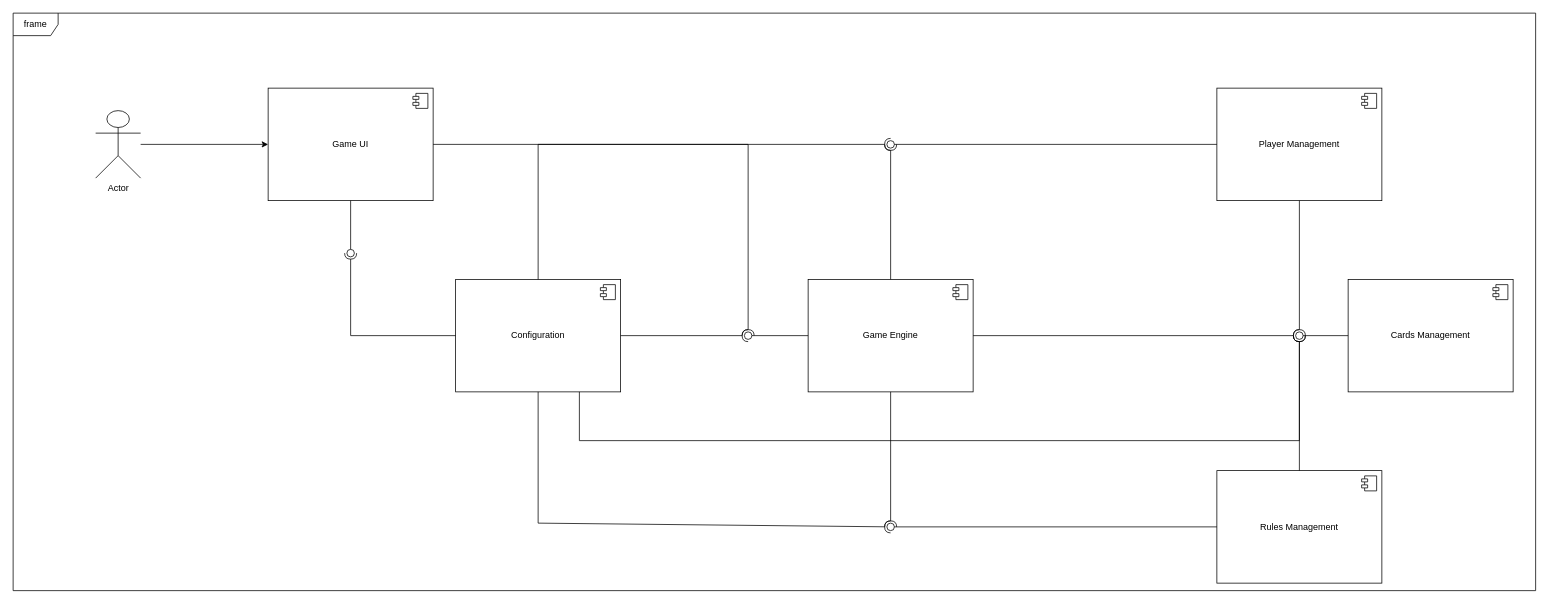
Earlier version of the draw.io diagram Component.drawio (georgeslight/mau-mau). Source tidied: cells renumbered, new cells numbered last; positions are measured from the earlier drawing's top-left corner, leaving out a move shared by most shapes. Both pictures are drawn from the tidied source at 75%, with x=0, y=0 at pixel (13, 13).
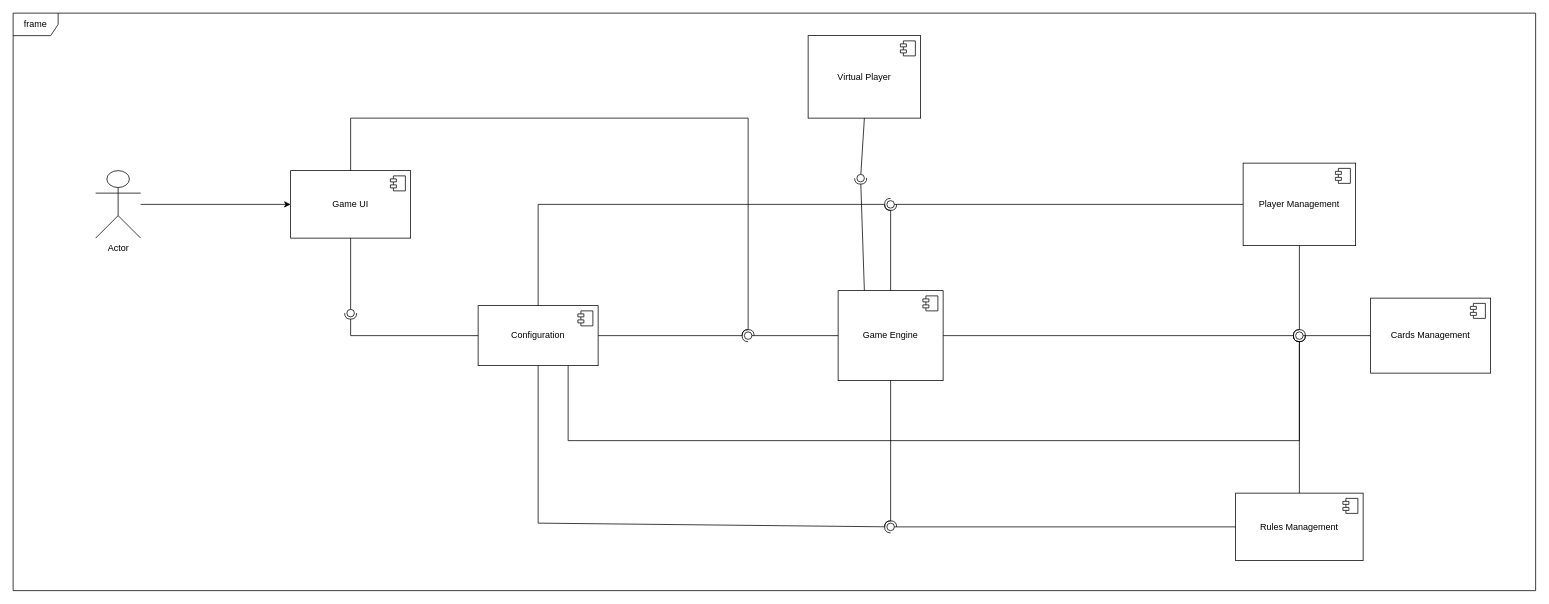
Above is the later version.

Unchanged cells that the change refers to:
```xml
<mxCell id="22" style="ellipse;whiteSpace=wrap;html=1;align=center;fillColor=none;strokeColor=none;perimeter=centerPerimeter;points=[];outlineConnect=1;" parent="1" vertex="1">
  <mxGeometry x="1710" y="425" width="10" height="10" as="geometry" />
</mxCell>
```

Diff of the diagram source:
```diff
@@
     <mxCell id="2" value="Game Engine" style="html=1;whiteSpace=wrap;" parent="1" vertex="1">
-      <mxGeometry x="1060" y="355" width="220" height="150" as="geometry" />
+      <mxGeometry x="1100" y="370" width="140" height="120" as="geometry" />
     </mxCell>
@@
     <mxCell id="5" value="Player Management" style="html=1;whiteSpace=wrap;" parent="1" vertex="1">
-      <mxGeometry x="1605" y="100" width="220" height="150" as="geometry" />
+      <mxGeometry x="1640" y="200" width="150" height="110" as="geometry" />
     </mxCell>
@@
     <mxCell id="7" value="Cards Management" style="html=1;whiteSpace=wrap;" parent="1" vertex="1">
-      <mxGeometry x="1780" y="355" width="220" height="150" as="geometry" />
+      <mxGeometry x="1810" y="380" width="160" height="100" as="geometry" />
     </mxCell>
@@
     <mxCell id="9" value="Rules Management" style="html=1;whiteSpace=wrap;" parent="1" vertex="1">
-      <mxGeometry x="1605" y="610" width="220" height="150" as="geometry" />
+      <mxGeometry x="1630" y="640" width="170" height="90" as="geometry" />
     </mxCell>
@@
     <mxCell id="17" style="ellipse;whiteSpace=wrap;html=1;align=center;fillColor=none;strokeColor=none;perimeter=centerPerimeter;points=[];outlineConnect=1;" parent="1" vertex="1">
-      <mxGeometry x="1165" y="170" width="10" height="10" as="geometry" />
+      <mxGeometry x="1165" y="250" width="10" height="10" as="geometry" />
     </mxCell>
@@
     <mxCell id="26" value="Game UI" style="html=1;whiteSpace=wrap;" parent="1" vertex="1">
-      <mxGeometry x="340" y="100" width="220" height="150" as="geometry" />
+      <mxGeometry x="370" y="210" width="160" height="90" as="geometry" />
     </mxCell>
@@
     <mxCell id="28" value="Configuration" style="html=1;whiteSpace=wrap;" parent="1" vertex="1">
-      <mxGeometry x="590" y="355" width="220" height="150" as="geometry" />
+      <mxGeometry x="620" y="390" width="160" height="80" as="geometry" />
     </mxCell>
@@
-    <mxCell id="31" style="rounded=0;jettySize=auto;html=1;endArrow=halfCircle;endFill=0;endSize=6;strokeWidth=1;sketch=0;exitX=0.5;exitY=0;exitDx=0;exitDy=0;entryX=0.657;entryY=0.229;entryDx=0;entryDy=0;entryPerimeter=0;" parent="1" edge="1" source="28" target="17">
+    <mxCell id="31" style="rounded=0;jettySize=auto;html=1;endArrow=halfCircle;endFill=0;endSize=6;strokeWidth=1;sketch=0;exitX=0.5;exitY=0;exitDx=0;exitDy=0;entryX=0.73;entryY=0.635;entryDx=0;entryDy=0;entryPerimeter=0;" parent="1" edge="1" source="28" target="17">
       <mxGeometry relative="1" as="geometry">
         <Array as="points">
-          <mxPoint x="700" y="175" />
+          <mxPoint x="700" y="255" />
         </Array>
       </mxGeometry>
     </mxCell>
@@
-    <mxCell id="33" style="rounded=0;jettySize=auto;html=1;endArrow=halfCircle;endFill=0;endSize=6;strokeWidth=1;sketch=0;exitX=1;exitY=0.5;exitDx=0;exitDy=0;" parent="1" edge="1" source="26">
+    <mxCell id="33" style="rounded=0;jettySize=auto;html=1;endArrow=halfCircle;endFill=0;endSize=6;strokeWidth=1;sketch=0;exitX=0.5;exitY=0;exitDx=0;exitDy=0;" parent="1" edge="1" source="26">
       <mxGeometry relative="1" as="geometry">
         <mxPoint x="980" y="430" as="targetPoint" />
         <Array as="points">
-          <mxPoint x="980" y="175" />
+          <mxPoint x="450" y="140" />
+          <mxPoint x="980" y="140" />
         </Array>
       </mxGeometry>
     </mxCell>
     <mxCell id="34" style="rounded=0;jettySize=auto;html=1;endArrow=oval;endFill=0;sketch=0;sourcePerimeterSpacing=0;targetPerimeterSpacing=0;endSize=10;exitX=0.5;exitY=1;exitDx=0;exitDy=0;" parent="1" edge="1" source="26">
       <mxGeometry relative="1" as="geometry">
-        <mxPoint x="450" y="320" as="targetPoint" />
+        <mxPoint x="450" y="400" as="targetPoint" />
       </mxGeometry>
     </mxCell>
     <mxCell id="35" style="rounded=0;jettySize=auto;html=1;endArrow=halfCircle;endFill=0;endSize=6;strokeWidth=1;sketch=0;exitX=0;exitY=0.5;exitDx=0;exitDy=0;" parent="1" edge="1" source="28">
       <mxGeometry relative="1" as="geometry">
-        <mxPoint x="450" y="320" as="targetPoint" />
+        <mxPoint x="450" y="400" as="targetPoint" />
         <Array as="points">
           <mxPoint x="450" y="430" />
         </Array>
       </mxGeometry>
     </mxCell>
@@
     <mxCell id="37" value="Actor" style="shape=umlActor;verticalLabelPosition=bottom;verticalAlign=top;html=1;outlineConnect=0;" parent="1" vertex="1">
-      <mxGeometry x="110" y="130" width="60" height="90" as="geometry" />
+      <mxGeometry x="110" y="210" width="60" height="90" as="geometry" />
     </mxCell>
     <mxCell id="38" style="rounded=0;jettySize=auto;html=1;endArrow=halfCircle;endFill=0;endSize=6;strokeWidth=1;sketch=0;exitX=0.75;exitY=1;exitDx=0;exitDy=0;entryX=0.88;entryY=1.34;entryDx=0;entryDy=0;entryPerimeter=0;" parent="1" edge="1" source="28" target="22">
       <mxGeometry relative="1" as="geometry">
         <Array as="points">
-          <mxPoint x="755" y="570" />
+          <mxPoint x="740" y="570" />
           <mxPoint x="1715" y="570" />
         </Array>
       </mxGeometry>
     </mxCell>
+    <mxCell id="39" value="Virtual Player" style="html=1;whiteSpace=wrap;" parent="1" vertex="1">
+      <mxGeometry x="1060" y="30" width="150" height="110" as="geometry" />
+    </mxCell>
+    <mxCell id="40" style="shape=module;jettyWidth=8;jettyHeight=4;" parent="39" vertex="1">
+      <mxGeometry x="1" width="20" height="20" relative="1" as="geometry">
+        <mxPoint x="-27" y="7" as="offset" />
+      </mxGeometry>
+    </mxCell>
+    <mxCell id="41" style="rounded=0;jettySize=auto;html=1;endArrow=oval;endFill=0;sketch=0;sourcePerimeterSpacing=0;targetPerimeterSpacing=0;endSize=10;exitX=0.5;exitY=1;exitDx=0;exitDy=0;" parent="1" edge="1" source="39">
+      <mxGeometry relative="1" as="geometry">
+        <mxPoint x="1130" y="220" as="targetPoint" />
+      </mxGeometry>
+    </mxCell>
+    <mxCell id="42" style="rounded=0;jettySize=auto;html=1;endArrow=halfCircle;endFill=0;endSize=6;strokeWidth=1;sketch=0;exitX=0.25;exitY=0;exitDx=0;exitDy=0;" parent="1" edge="1" source="2">
+      <mxGeometry relative="1" as="geometry">
+        <mxPoint x="1130" y="220" as="targetPoint" />
+      </mxGeometry>
+    </mxCell>
```
